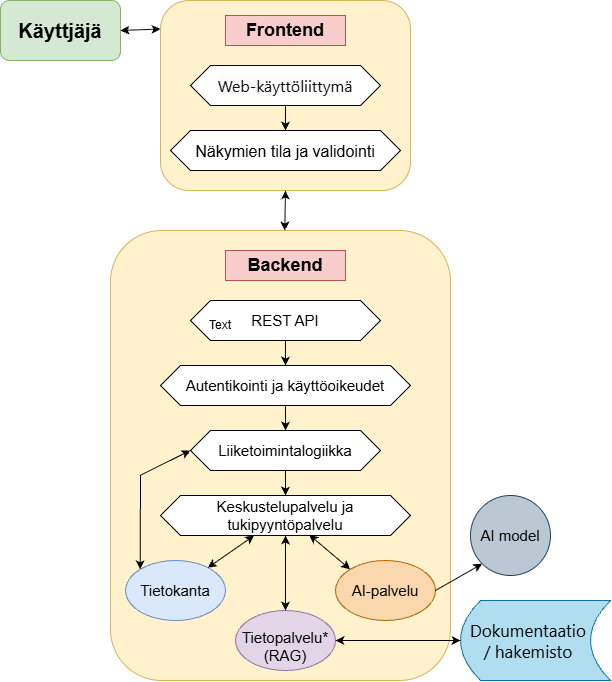
The draw.io diagram photos/system architecture.png in ScoderKu/AI-HelpDesk, before a commit. Source tidied: cells renumbered, new cells last; positions are measured from the earlier drawing's top-left corner, leaving out a move shared by most shapes.
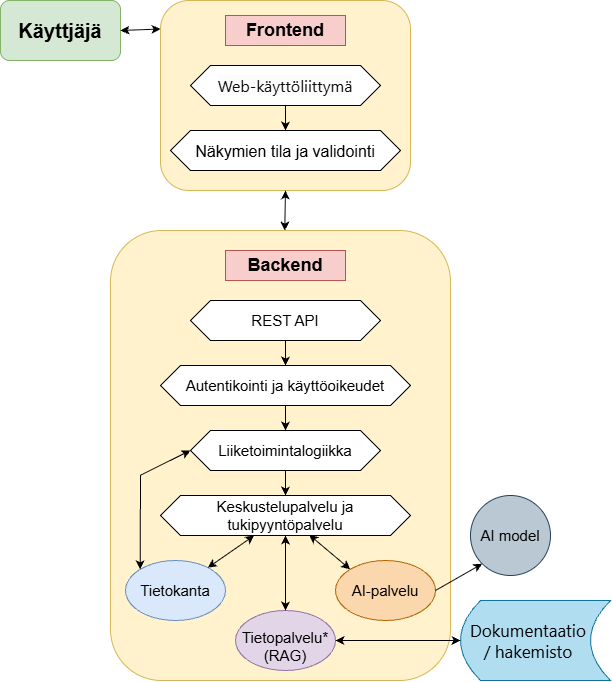
Above is the later version.

The edit, as a diff of the source:
```diff
@@ -93,8 +93,5 @@
     <mxCell id="30" style="endArrow=classic;startArrow=classic;html=1;rounded=0;defaultLabelBackgroundColor=page;entryX=0.5;entryY=0;entryDx=0;entryDy=0;exitX=0.5;exitY=1;exitDx=0;exitDy=0;" parent="1" edge="1" source="14" target="16">
       <mxGeometry relative="1" as="geometry" />
     </mxCell>
-    <mxCell id="31" value="Text" style="text;html=1;whiteSpace=wrap;strokeColor=none;fillColor=none;align=center;verticalAlign=middle;rounded=0;" parent="1" vertex="1">
-      <mxGeometry x="190" y="310" width="60" height="30" as="geometry" />
-    </mxCell>
   </root>
 </mxGraphModel>
```
